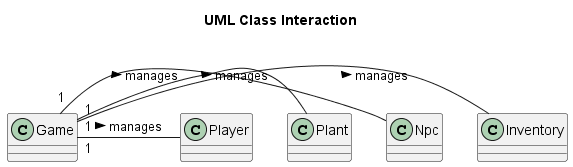
Before: uml/interaction.png, a diagram exported from PlantUML (teldrynsero/OOP-FinalProject-SpaceGame). Source of this version:
```plantuml
@startuml interaction
title "UML Class Interaction"
Game "1" - Inventory: manages >
Game "1" - Npc: manages >
Game "1" - Plant: manages >
Game "1" - Player: manages >
@enduml
```
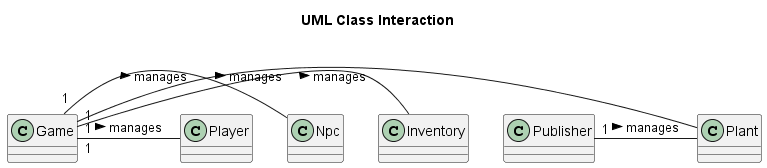
After the commit.

The edit, as a diff of the source:
```diff
@@ -4,4 +4,5 @@
 Game "1" - Npc: manages >
 Game "1" - Plant: manages >
 Game "1" - Player: manages >
+Publisher "1" - Plant: manages >
 @enduml
```
